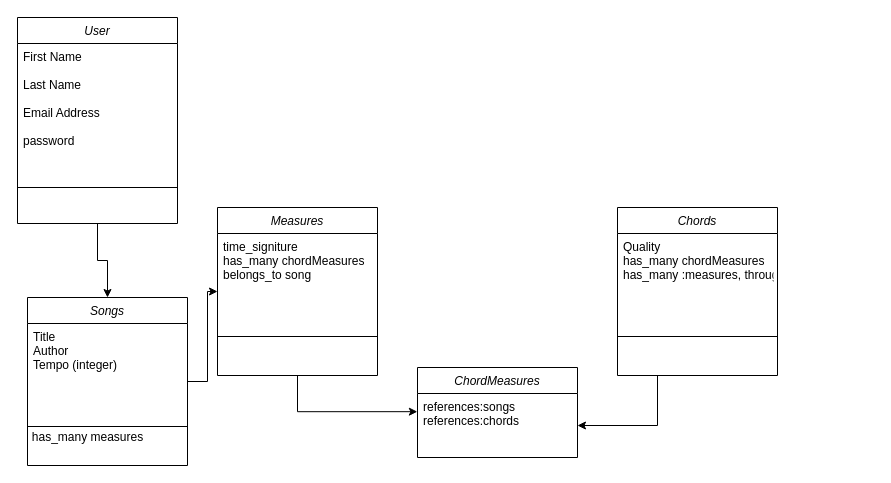
Zacharyflynn06/in-the-shed-backend keeps this draw.io diagram as Plan.drawio. Above is the earlier version. Source tidied: cells renumbered, new cells numbered last; positions are measured from the earlier drawing's top-left corner, leaving out a move shared by most shapes. Both pictures are drawn from the tidied source at 100%, with x=0, y=0 at pixel (17, 17).
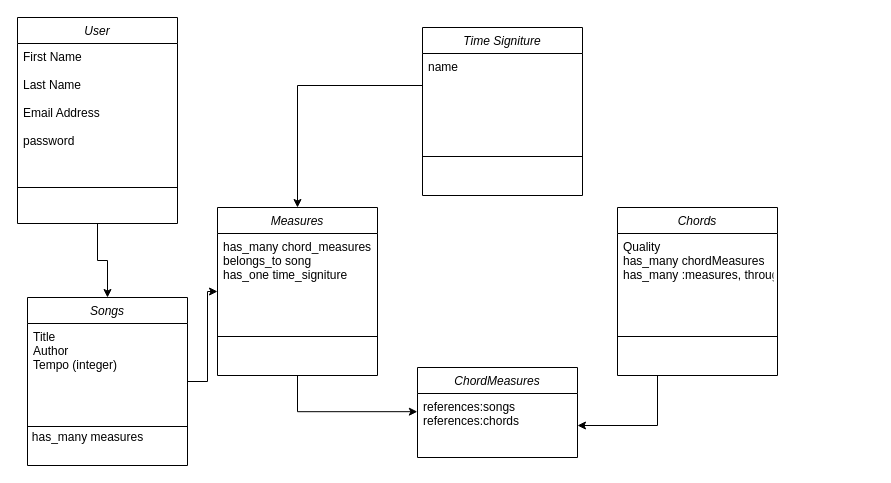
Above is the later version.

Commit message (it also covers changes not shown here):
add time signiture serializer

Unchanged cells that the change refers to:
```xml
<mxCell id="11" value="Measures" style="swimlane;fontStyle=2;align=center;verticalAlign=top;horizontal=1;startSize=26;rounded=0;shadow=0;strokeWidth=1;" parent="1" vertex="1">
  <mxGeometry x="200" y="190" width="160" height="168" as="geometry" />
</mxCell>
```

The edit, as a diff of the source:
```diff
@@
-    <mxCell id="12" value="time_signiture&#10;has_many chordMeasures&#10;belongs_to song" style="text;align=left;verticalAlign=top;spacingLeft=4;spacingRight=4;overflow=hidden;rounded=0;shadow=0;html=0;" parent="11" vertex="1">
+    <mxCell id="12" value="has_many chord_measures&#10;belongs_to song&#10;has_one time_signiture" style="text;align=left;verticalAlign=top;spacingLeft=4;spacingRight=4;overflow=hidden;rounded=0;shadow=0;html=0;" parent="11" vertex="1">
       <mxGeometry y="26" width="160" height="64" as="geometry" />
     </mxCell>
@@
+    <mxCell id="21" value="Time Signiture" style="swimlane;fontStyle=2;align=center;verticalAlign=top;horizontal=1;startSize=26;rounded=0;shadow=0;strokeWidth=1;" parent="1" vertex="1">
+      <mxGeometry x="405" y="10" width="160" height="168" as="geometry" />
+    </mxCell>
+    <mxCell id="22" value="name" style="text;align=left;verticalAlign=top;spacingLeft=4;spacingRight=4;overflow=hidden;points=[[0,0.5],[1,0.5]];portConstraint=eastwest;rounded=0;shadow=0;html=0;" parent="21" vertex="1">
+      <mxGeometry y="26" width="160" height="64" as="geometry" />
+    </mxCell>
+    <mxCell id="23" style="line;html=1;strokeWidth=1;align=left;verticalAlign=middle;spacingTop=-1;spacingLeft=3;spacingRight=3;labelPosition=right;" parent="21" vertex="1">
+      <mxGeometry y="90" width="160" height="78" as="geometry" />
+    </mxCell>
+    <mxCell id="24" style="edgeStyle=orthogonalEdgeStyle;rounded=0;jettySize=auto;html=1;exitX=0;exitY=0.5;exitDx=0;exitDy=0;entryX=0.5;entryY=0;entryDx=0;entryDy=0;" parent="1" edge="1" source="22" target="11">
+      <mxGeometry relative="1" as="geometry" />
+    </mxCell>
```
